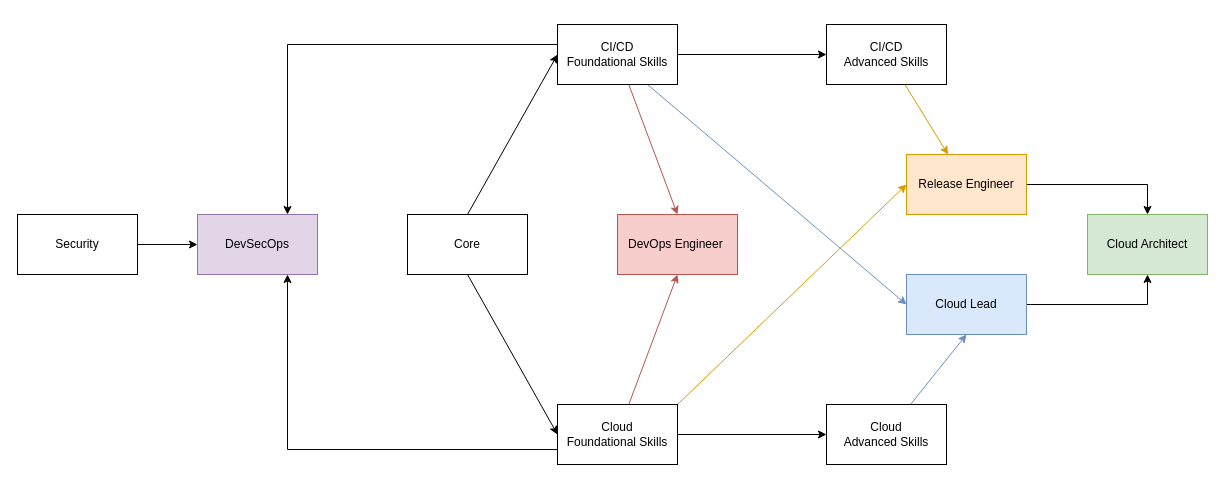
Before: Untitled Diagram.drawio in acalder88/devops, a draw.io diagram. Source tidied: cells renumbered, new cells numbered last; positions are measured from the earlier drawing's top-left corner, leaving out a move shared by most shapes. Both pictures are drawn from the tidied source at 100%, with x=0, y=0 at pixel (17, 24).
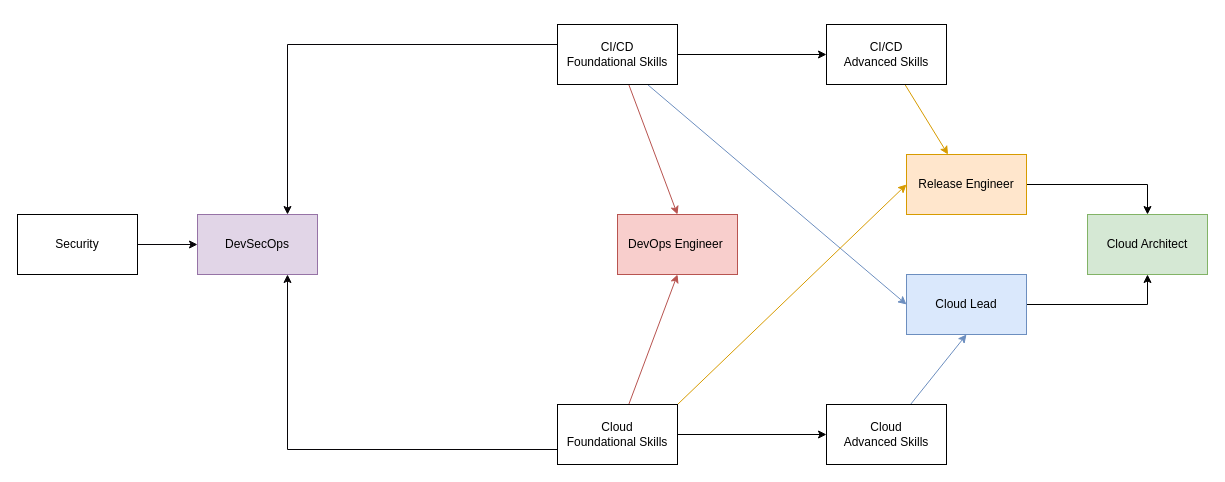
The same diagram, later.

Unchanged cells that the change refers to:
```xml
<mxCell id="9" value="CI/CD &lt;br&gt;Foundational Skills" style="rounded=0;whiteSpace=wrap;html=1;" parent="1" vertex="1">
  <mxGeometry x="540" width="120" height="60" as="geometry" />
</mxCell>
<mxCell id="14" value="Cloud&lt;br&gt;Foundational Skills" style="rounded=0;whiteSpace=wrap;html=1;" parent="1" vertex="1">
  <mxGeometry x="540" y="380" width="120" height="60" as="geometry" />
</mxCell>
```

Change to the diagram source:
```diff
@@
-    <mxCell id="2" style="rounded=0;jettySize=auto;html=1;entryX=0;entryY=0.5;entryDx=0;entryDy=0;exitX=0.5;exitY=0;exitDx=0;exitDy=0;" parent="1" edge="1" source="4" target="9">
-      <mxGeometry relative="1" as="geometry" />
-    </mxCell>
-    <mxCell id="3" style="rounded=0;jettySize=auto;html=1;entryX=0;entryY=0.5;entryDx=0;entryDy=0;exitX=0.5;exitY=1;exitDx=0;exitDy=0;" parent="1" edge="1" source="4" target="14">
-      <mxGeometry relative="1" as="geometry" />
-    </mxCell>
-    <mxCell id="4" value="Core" style="rounded=0;whiteSpace=wrap;html=1;" parent="1" vertex="1">
-      <mxGeometry x="390" y="190" width="120" height="60" as="geometry" />
-    </mxCell>
```
